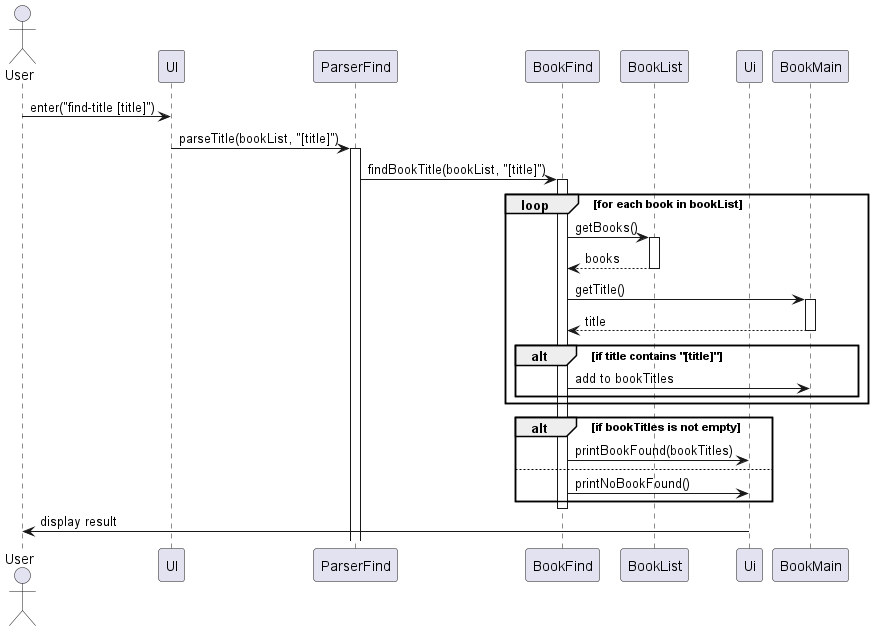
Before: docs/UML_diagrams/BookFindSequenceDiagram.png, a diagram exported from PlantUML (AY2324S2-CS2113-F15-4/tp). Source of this version:
```plantuml
@startuml
actor User
participant "UI" as UI
participant "ParserFind" as ParserFind
participant "BookFind" as BookFind
participant "BookList" as BookList
participant "Ui" as Ui

User -> UI: enter("find-title [title]")
UI -> ParserFind: parseTitle(bookList, "[title]")
activate ParserFind

ParserFind -> BookFind: findBookTitle(bookList, "[title]")
activate BookFind

loop for each book in bookList
    BookFind -> BookList: getBooks()
    activate BookList
    BookList --> BookFind: books
    deactivate BookList

    BookFind -> BookMain: getTitle()
    activate BookMain
    BookMain --> BookFind: title
    deactivate BookMain

    alt if title contains "[title]"
        BookFind -> BookMain: add to bookTitles
    end
end

alt if bookTitles is not empty
    BookFind -> Ui: printBookFound(bookTitles)
else
    BookFind -> Ui: printNoBookFound()
end

deactivate BookFind
Ui -> User: display result
@enduml
```
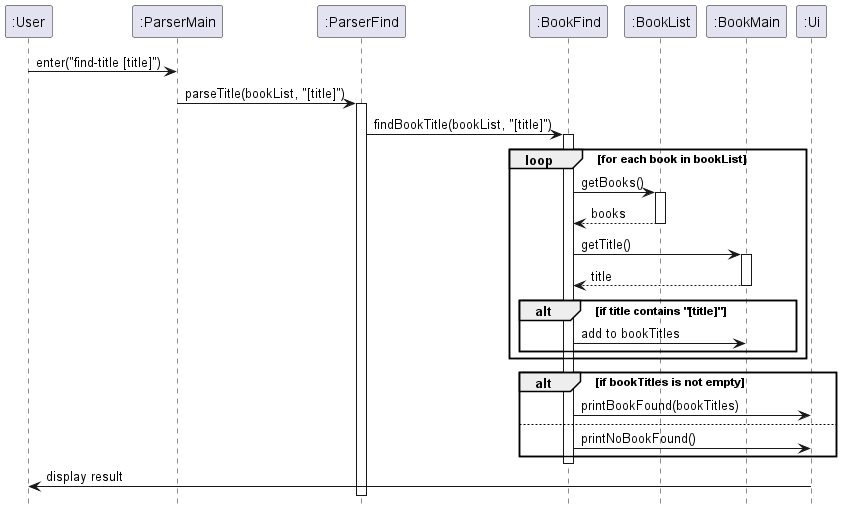
After the commit.

Diff of the diagram source:
```diff
@@ -1,13 +1,15 @@
 @startuml
-actor User
-participant "UI" as UI
-participant "ParserFind" as ParserFind
-participant "BookFind" as BookFind
-participant "BookList" as BookList
-participant "Ui" as Ui
+hide footbox
+participant ":User" as User
+participant ":ParserMain" as ParserMain
+participant ":ParserFind" as ParserFind
+participant ":BookFind" as BookFind
+participant ":BookList" as BookList
+participant ":BookMain" as BookMain
+participant ":Ui" as Ui
 
-User -> UI: enter("find-title [title]")
-UI -> ParserFind: parseTitle(bookList, "[title]")
+User -> ParserMain: enter("find-title [title]")
+ParserMain -> ParserFind: parseTitle(bookList, "[title]")
 activate ParserFind
 
 ParserFind -> BookFind: findBookTitle(bookList, "[title]")
```
